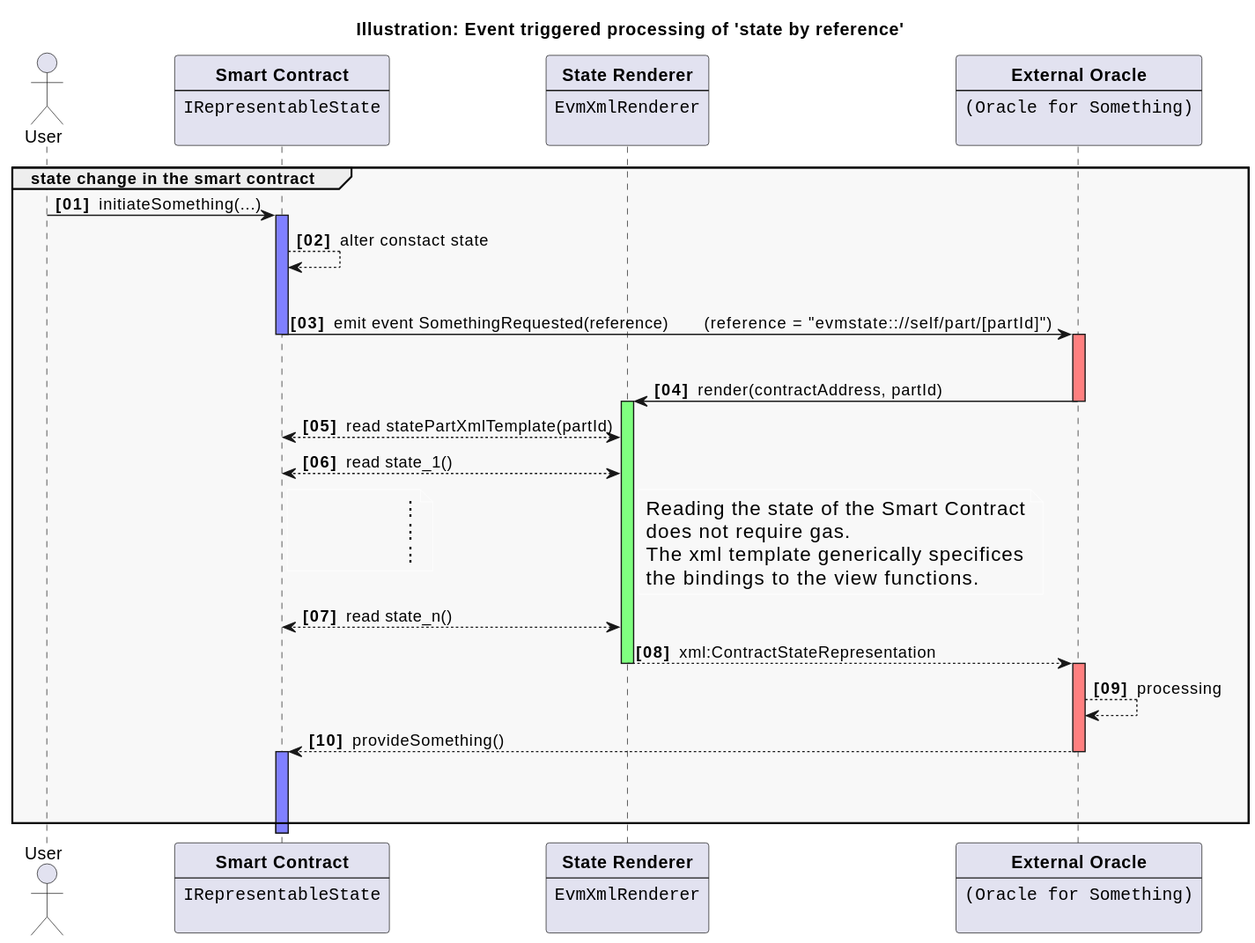
Earlier version of the PlantUML export assets/erc-8100/doc/event-life-cycle.svg (ethereum/ERCs).
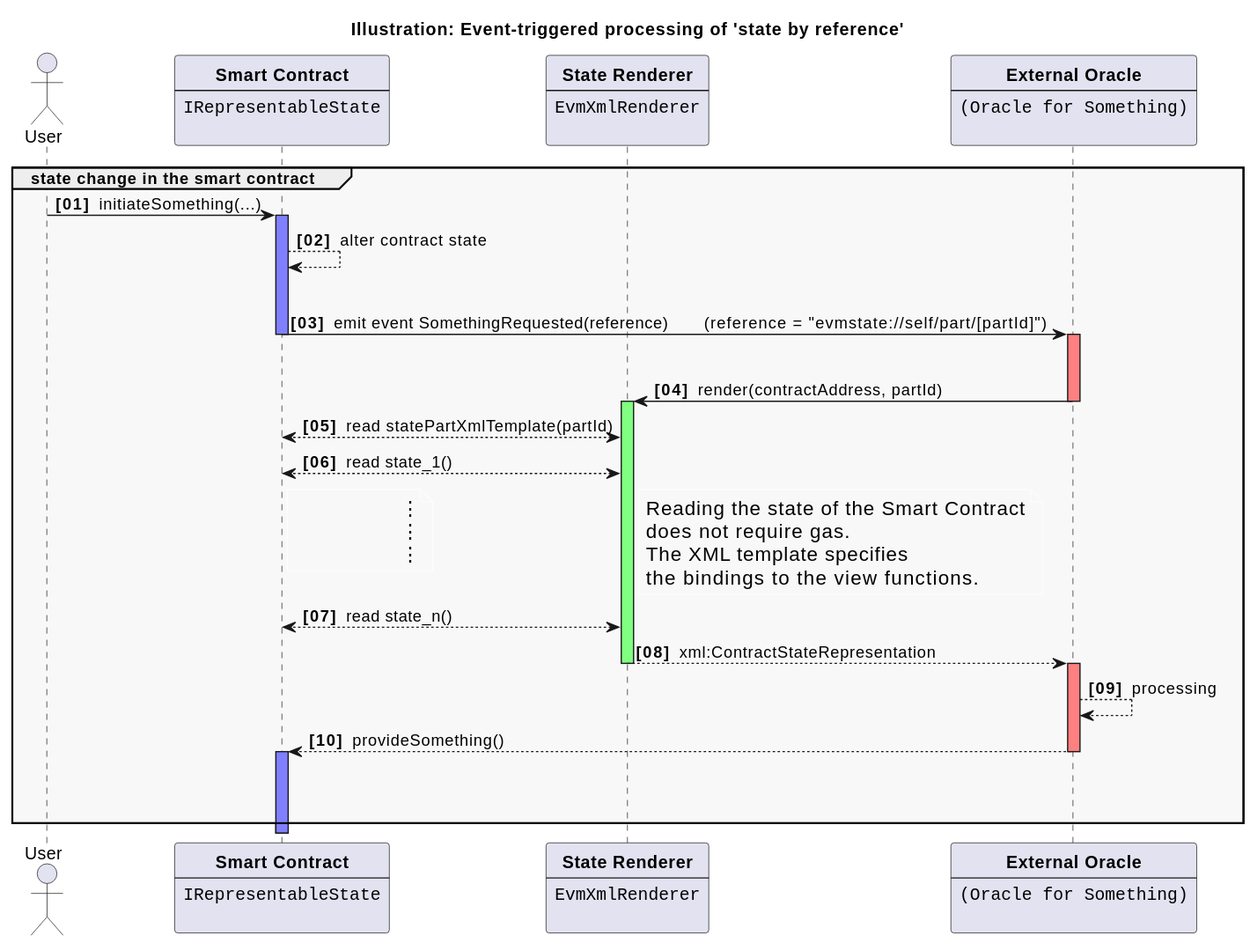
After the commit.

What changed in the source:
```diff
@@ -1,6 +1,6 @@
 @startuml
 
-title Illustration: Event triggered processing of 'state by reference'
+title Illustration: Event-triggered processing of 'state by reference'
 
 skinparam BackgroundColor white
 
@@ -38,9 +38,9 @@
 group #F8F8F8 state change in the smart contract
   User -> SmartContract : initiateSomething(...)
   activate SmartContract #8080FF
-  SmartContract --> SmartContract : alter constact state
+  SmartContract --> SmartContract : alter contract state
   |||
-  SmartContract -> ExternalOracle : emit event SomethingRequested(reference) \t (reference = "evmstate:://self/part/[partId]")
+  SmartContract -> ExternalOracle : emit event SomethingRequested(reference) \t (reference = "evmstate://self/part/[partId]")
   deactivate SmartContract
   |||
   activate ExternalOracle #FF8080
@@ -50,7 +50,7 @@
   EvmXmlRenderer <--> SmartContract : read statePartXmlTemplate(partId)
   EvmXmlRenderer <--> SmartContract : read state_1()
   note right of SmartContract #F8F8F8 : \t\t ⋮ \n\t\t ⋮ \n\t\t ⋮
-/ note right of EvmXmlRenderer #F8F8F8 : Reading the state of the Smart Contract\ndoes not require gas.\nThe xml template generically specifices\nthe bindings to the view functions.
+/ note right of EvmXmlRenderer #F8F8F8 : Reading the state of the Smart Contract\ndoes not require gas.\nThe XML template specifies\nthe bindings to the view functions.
   EvmXmlRenderer <--> SmartContract : read state_n()
   EvmXmlRenderer --> ExternalOracle : xml:ContractStateRepresentation
   deactivate EvmXmlRenderer
```
